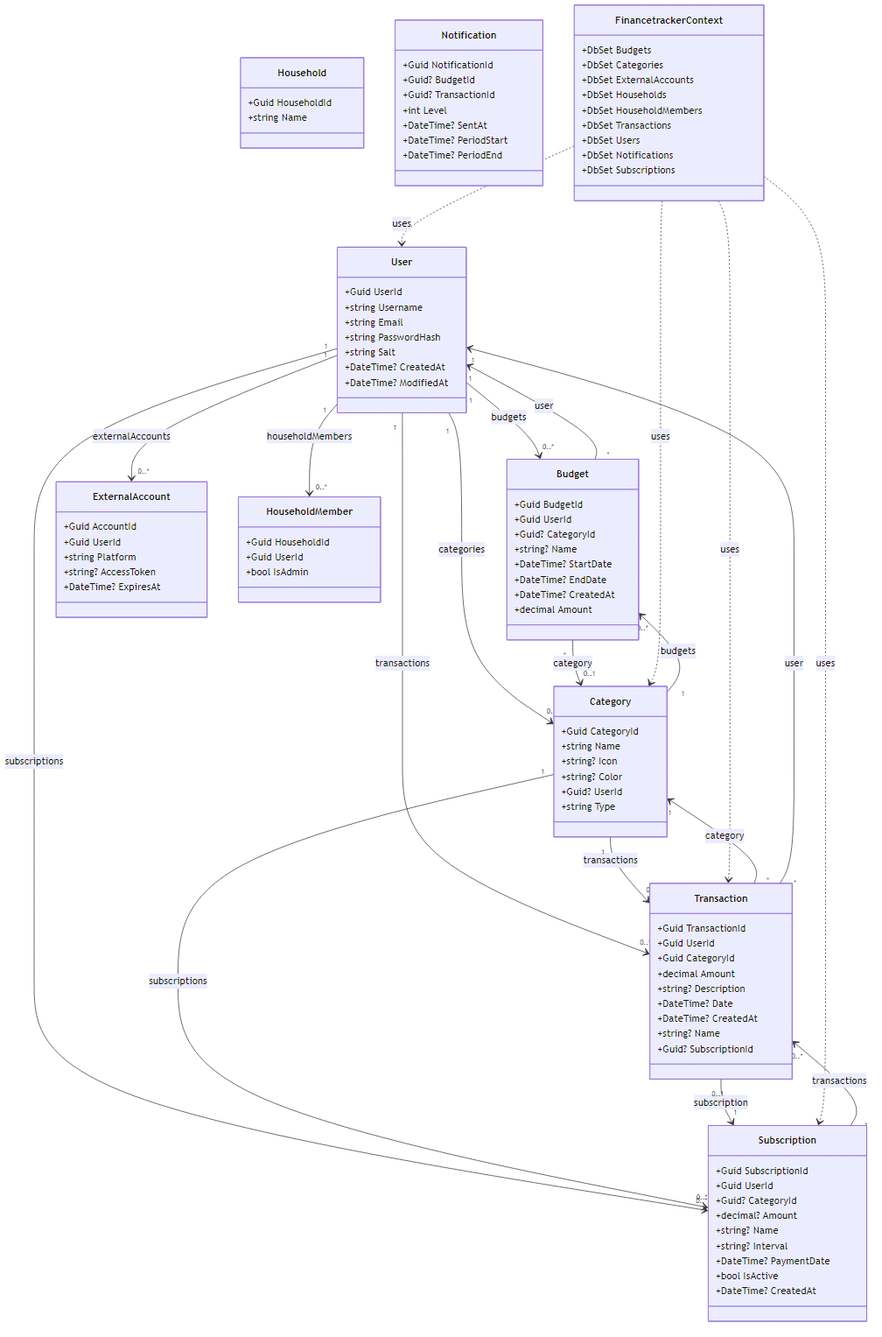
This is docs/diagrams/models_class_diagrams_1.png from cimpa2004/financeTracker, a Mermaid export, as it was before one commit. Its source is kept beside it as docs/diagrams/models_class_diagrams_1.mmd.
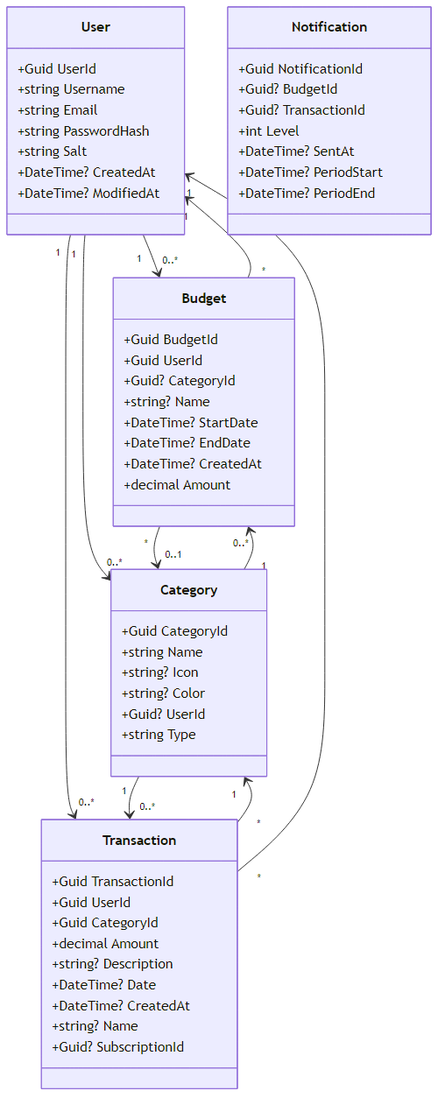
Above is the later version.

Change to the diagram source:
```diff
@@ -41,37 +41,6 @@
       +Guid? SubscriptionId
     }
 
-    class Subscription {
-      +Guid SubscriptionId
-      +Guid UserId
-      +Guid? CategoryId
-      +decimal? Amount
-      +string? Name
-      +string? Interval
-      +DateTime? PaymentDate
-      +bool IsActive
-      +DateTime? CreatedAt
-    }
-
-    class ExternalAccount {
-      +Guid AccountId
-      +Guid UserId
-      +string Platform
-      +string? AccessToken
-      +DateTime? ExpiresAt
-    }
-
-    class Household {
-      +Guid HouseholdId
-      +string Name
-    }
-
-    class HouseholdMember {
-      +Guid HouseholdId
-      +Guid UserId
-      +bool IsAdmin
-    }
-
     class Notification {
       +Guid NotificationId
       +Guid? BudgetId
@@ -82,39 +51,15 @@
       +DateTime? PeriodEnd
     }
 
-    class FinancetrackerContext {
-      +DbSet<Budget> Budgets
-      +DbSet<Category> Categories
-      +DbSet<ExternalAccount> ExternalAccounts
-      +DbSet<Household> Households
-      +DbSet<HouseholdMember> HouseholdMembers
-      +DbSet<Transaction> Transactions
-      +DbSet<User> Users
-      +DbSet<Notification> Notifications
-      +DbSet<Subscription> Subscriptions
-    }
+  User "1" --> "0..*" Budget
+  User "1" --> "0..*" Category
+  User "1" --> "0..*" Transaction
 
-    User "1" --> "0..*" Budget : budgets
-    User "1" --> "0..*" Category : categories
-    User "1" --> "0..*" Transaction : transactions
-    User "1" --> "0..*" ExternalAccount : externalAccounts
-    User "1" --> "0..*" HouseholdMember : householdMembers
-    User "1" --> "0..*" Subscription : subscriptions
+  Category "1" --> "0..*" Budget
+  Category "1" --> "0..*" Transaction
 
-    Category "1" --> "0..*" Budget : budgets
-    Category "1" --> "0..*" Transaction : transactions
-    Category "1" --> "0..*" Subscription : subscriptions
+  Budget "*" --> "0..1" Category
+  Budget "*" --> "1" User
 
-    Budget "*" --> "0..1" Category : category
-    Budget "*" --> "1" User : user
-
-    Transaction "*" --> "1" Category : category
-    Transaction "*" --> "1" User : user
-    Transaction "0..1" --> "1" Subscription : subscription
-
-    Subscription "1" --> "0..*" Transaction : transactions
-
-    FinancetrackerContext ..> User : uses
-    FinancetrackerContext ..> Transaction : uses
-    FinancetrackerContext ..> Category : uses
-    FinancetrackerContext ..> Subscription : uses
+  Transaction "*" --> "1" Category
+  Transaction "*" --> "1" User
```
